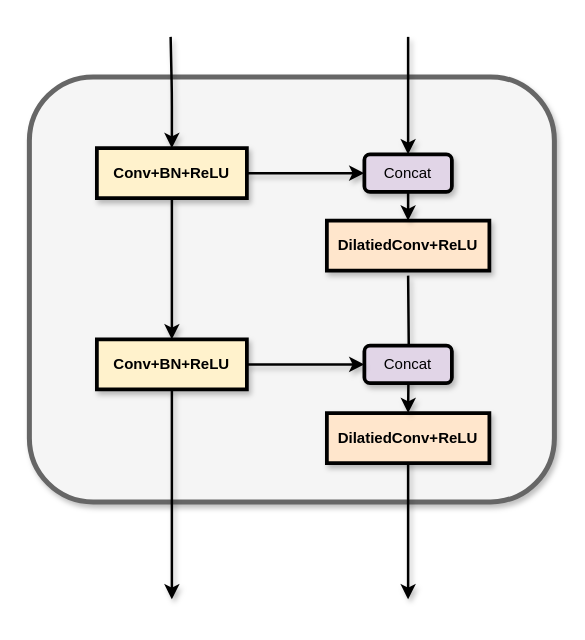
The draw.io diagram Asymmetric_Cross_Path/b_semmetric.drawio in KopiSoftware/draw_cc_cloud, before the edit. Source tidied: cells renumbered, new cells numbered last; positions are measured from the earlier drawing's top-left corner, leaving out a move shared by most shapes. Both pictures are drawn from the tidied source at 125%, with x=0, y=0 at pixel (29, 36).
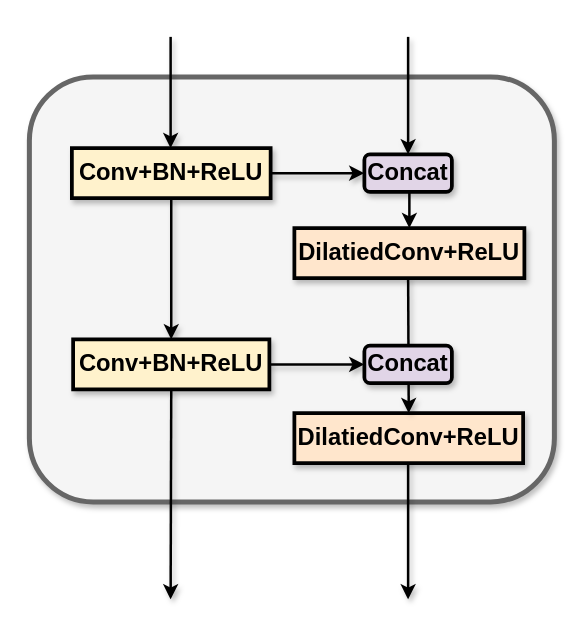
Above is the later version.

Change to the diagram source:
```diff
@@
-    <mxCell id="2" style="rounded=1;whiteSpace=wrap;html=1;fillColor=#f5f5f5;strokeColor=#666666;strokeWidth=4;fontColor=#333333;shadow=1;" parent="1" vertex="1">
+    <mxCell id="2" style="rounded=1;whiteSpace=wrap;html=1;fillColor=#f5f5f5;strokeColor=#666666;strokeWidth=4;fontColor=#333333;shadow=1;fontSize=19;" parent="1" vertex="1">
       <mxGeometry y="32" width="420" height="340" as="geometry" />
     </mxCell>
-    <mxCell id="3" style="edgeStyle=orthogonalEdgeStyle;rounded=1;jettySize=auto;html=1;strokeWidth=2;shadow=1;endArrow=none;endFill=0;startArrow=classic;startFill=1;" parent="1" edge="1" source="6">
+    <mxCell id="3" style="edgeStyle=orthogonalEdgeStyle;rounded=1;jettySize=auto;html=1;strokeWidth=2;shadow=1;endArrow=none;endFill=0;startArrow=classic;startFill=1;fontSize=19;" parent="1" edge="1" source="6">
       <mxGeometry relative="1" as="geometry">
         <mxPoint x="113" as="targetPoint" />
       </mxGeometry>
     </mxCell>
-    <mxCell id="4" style="edgeStyle=orthogonalEdgeStyle;rounded=0;jettySize=auto;html=1;entryX=0;entryY=0.5;entryDx=0;entryDy=0;strokeWidth=2;shadow=1;" parent="1" edge="1" source="6" target="15">
+    <mxCell id="4" style="edgeStyle=orthogonalEdgeStyle;rounded=0;jettySize=auto;html=1;entryX=0;entryY=0.5;entryDx=0;entryDy=0;strokeWidth=2;shadow=1;fontSize=19;" parent="1" edge="1" source="6" target="15">
       <mxGeometry relative="1" as="geometry" />
     </mxCell>
-    <mxCell id="5" style="edgeStyle=orthogonalEdgeStyle;rounded=0;jettySize=auto;html=1;exitX=0.5;exitY=1;exitDx=0;exitDy=0;entryX=0.5;entryY=0;entryDx=0;entryDy=0;strokeWidth=2;shadow=1;" parent="1" edge="1" source="6" target="18">
+    <mxCell id="5" style="edgeStyle=orthogonalEdgeStyle;rounded=0;jettySize=auto;html=1;exitX=0.5;exitY=1;exitDx=0;exitDy=0;entryX=0.5;entryY=0;entryDx=0;entryDy=0;strokeWidth=2;shadow=1;fontSize=19;" parent="1" edge="1" source="6" target="18">
       <mxGeometry relative="1" as="geometry" />
     </mxCell>
-    <mxCell id="6" value="&lt;b&gt;Conv+BN+ReLU&lt;/b&gt;" style="rounded=0;whiteSpace=wrap;html=1;fillColor=#fff2cc;strokeColor=#000000;strokeWidth=3;shadow=1;" parent="1" vertex="1">
-      <mxGeometry x="54" y="89" width="120" height="40" as="geometry" />
+    <mxCell id="6" value="&lt;b style=&quot;font-size: 19px;&quot;&gt;Conv+BN+ReLU&lt;/b&gt;" style="rounded=0;whiteSpace=wrap;html=1;fillColor=#fff2cc;strokeColor=#000000;strokeWidth=3;shadow=1;fontSize=19;" parent="1" vertex="1">
+      <mxGeometry x="34" y="89" width="159" height="40" as="geometry" />
     </mxCell>
-    <mxCell id="7" style="edgeStyle=orthogonalEdgeStyle;rounded=0;orthogonalLoop=1;jettySize=auto;html=1;exitX=0.5;exitY=1;exitDx=0;exitDy=0;strokeWidth=2;shadow=1;" parent="1" edge="1">
+    <mxCell id="7" style="edgeStyle=orthogonalEdgeStyle;rounded=0;orthogonalLoop=1;jettySize=auto;html=1;exitX=0.5;exitY=1;exitDx=0;exitDy=0;strokeWidth=2;shadow=1;fontSize=19;" parent="1" edge="1">
       <mxGeometry relative="1" as="geometry">
         <mxPoint x="303" y="323" as="sourcePoint" />
         <mxPoint x="303" y="450" as="targetPoint" />
       </mxGeometry>
     </mxCell>
-    <mxCell id="8" value="&lt;b style=&quot;border-color: var(--border-color);&quot;&gt;DilatiedConv+ReLU&lt;/b&gt;" style="rounded=0;whiteSpace=wrap;html=1;fillColor=#ffe6cc;strokeColor=#000000;strokeWidth=3;shadow=1;" parent="1" vertex="1">
-      <mxGeometry x="238" y="301" width="130" height="40" as="geometry" />
+    <mxCell id="8" value="&lt;b style=&quot;border-color: var(--border-color); font-size: 19px;&quot;&gt;DilatiedConv+ReLU&lt;/b&gt;" style="rounded=0;whiteSpace=wrap;html=1;fillColor=#ffe6cc;strokeColor=#000000;strokeWidth=3;shadow=1;fontSize=19;" parent="1" vertex="1">
+      <mxGeometry x="212" y="301" width="183" height="40" as="geometry" />
     </mxCell>
-    <mxCell id="9" style="edgeStyle=orthogonalEdgeStyle;rounded=0;jettySize=auto;html=1;entryX=0.5;entryY=0;entryDx=0;entryDy=0;strokeWidth=2;shadow=1;" parent="1" edge="1" target="8">
+    <mxCell id="9" style="edgeStyle=orthogonalEdgeStyle;rounded=0;jettySize=auto;html=1;entryX=0.5;entryY=0;entryDx=0;entryDy=0;strokeWidth=2;shadow=1;fontSize=19;" parent="1" edge="1" target="8">
       <mxGeometry relative="1" as="geometry">
         <mxPoint x="303" y="191" as="sourcePoint" />
       </mxGeometry>
     </mxCell>
-    <mxCell id="10" style="edgeStyle=orthogonalEdgeStyle;rounded=0;jettySize=auto;html=1;exitX=0.5;exitY=0;exitDx=0;exitDy=0;shadow=1;" parent="1" edge="1" source="11">
-      <mxGeometry relative="1" as="geometry">
-        <mxPoint x="303" y="147" as="targetPoint" />
-      </mxGeometry>
-    </mxCell>
-    <mxCell id="11" value="&lt;b style=&quot;border-color: var(--border-color);&quot;&gt;DilatiedConv+ReLU&lt;/b&gt;" style="rounded=0;whiteSpace=wrap;html=1;fillColor=#ffe6cc;strokeColor=#000000;strokeWidth=3;shadow=1;" parent="1" vertex="1">
-      <mxGeometry x="238" y="147" width="130" height="40" as="geometry" />
+    <mxCell id="11" value="&lt;b style=&quot;border-color: var(--border-color); font-size: 19px;&quot;&gt;DilatiedConv+ReLU&lt;/b&gt;" style="rounded=0;whiteSpace=wrap;html=1;fillColor=#ffe6cc;strokeColor=#000000;strokeWidth=3;shadow=1;fontSize=19;" parent="1" vertex="1">
+      <mxGeometry x="212" y="153" width="184" height="40" as="geometry" />
     </mxCell>
-    <mxCell id="12" value="Concat" style="rounded=1;whiteSpace=wrap;html=1;strokeWidth=3;shadow=1;fillColor=#e1d5e7;strokeColor=#000000;" parent="1" vertex="1">
+    <mxCell id="12" value="Concat" style="rounded=1;whiteSpace=wrap;html=1;strokeWidth=3;shadow=1;fillColor=#e1d5e7;strokeColor=#000000;fontSize=19;fontStyle=1;" parent="1" vertex="1">
       <mxGeometry x="268" y="247" width="70" height="30" as="geometry" />
     </mxCell>
+    <mxCell id="14" style="edgeStyle=orthogonalEdgeStyle;rounded=0;jettySize=auto;html=1;endArrow=none;endFill=0;startArrow=classic;startFill=1;strokeWidth=2;shadow=1;fontSize=19;" parent="1" edge="1" source="15">
+      <mxGeometry relative="1" as="geometry">
+        <mxPoint x="303" as="targetPoint" />
+      </mxGeometry>
+    </mxCell>
-    <mxCell id="13" style="edgeStyle=orthogonalEdgeStyle;rounded=0;jettySize=auto;html=1;entryX=0.5;entryY=0;entryDx=0;entryDy=0;strokeWidth=2;shadow=1;" parent="1" edge="1" source="15" target="11">
+    <mxCell id="13" style="edgeStyle=orthogonalEdgeStyle;rounded=0;jettySize=auto;html=1;exitX=0.5;exitY=1;exitDx=0;exitDy=0;entryX=0.5;entryY=0;entryDx=0;entryDy=0;strokeWidth=2;fontSize=19;" parent="1" edge="1" source="15" target="11">
       <mxGeometry relative="1" as="geometry" />
     </mxCell>
-    <mxCell id="14" style="edgeStyle=orthogonalEdgeStyle;rounded=0;jettySize=auto;html=1;endArrow=none;endFill=0;startArrow=classic;startFill=1;strokeWidth=2;shadow=1;" parent="1" edge="1" source="15">
-      <mxGeometry relative="1" as="geometry">
-        <mxPoint x="303" as="targetPoint" />
-      </mxGeometry>
-    </mxCell>
-    <mxCell id="15" value="Concat" style="rounded=1;whiteSpace=wrap;html=1;strokeWidth=3;shadow=1;fillColor=#e1d5e7;strokeColor=#000000;" parent="1" vertex="1">
+    <mxCell id="15" value="Concat" style="rounded=1;whiteSpace=wrap;html=1;strokeWidth=3;shadow=1;fillColor=#e1d5e7;strokeColor=#000000;fontSize=19;fontStyle=1;" parent="1" vertex="1">
       <mxGeometry x="268" y="94" width="70" height="30" as="geometry" />
     </mxCell>
-    <mxCell id="16" style="edgeStyle=orthogonalEdgeStyle;rounded=0;jettySize=auto;html=1;exitX=0.5;exitY=1;exitDx=0;exitDy=0;strokeWidth=2;shadow=1;" parent="1" edge="1" source="18">
+    <mxCell id="16" style="edgeStyle=orthogonalEdgeStyle;rounded=0;jettySize=auto;html=1;exitX=0.5;exitY=1;exitDx=0;exitDy=0;strokeWidth=2;shadow=1;fontSize=19;" parent="1" edge="1" source="18">
       <mxGeometry relative="1" as="geometry">
-        <mxPoint x="114" y="450" as="targetPoint" />
+        <mxPoint x="113" y="450" as="targetPoint" />
       </mxGeometry>
     </mxCell>
-    <mxCell id="17" style="edgeStyle=orthogonalEdgeStyle;rounded=0;jettySize=auto;html=1;exitX=1;exitY=0.5;exitDx=0;exitDy=0;entryX=0;entryY=0.5;entryDx=0;entryDy=0;strokeWidth=2;shadow=1;" parent="1" edge="1" source="18" target="12">
+    <mxCell id="17" style="edgeStyle=orthogonalEdgeStyle;rounded=0;jettySize=auto;html=1;exitX=1;exitY=0.5;exitDx=0;exitDy=0;entryX=0;entryY=0.5;entryDx=0;entryDy=0;strokeWidth=2;shadow=1;fontSize=19;" parent="1" edge="1" source="18" target="12">
       <mxGeometry relative="1" as="geometry" />
     </mxCell>
-    <mxCell id="18" value="&lt;b&gt;Conv+BN+ReLU&lt;/b&gt;" style="rounded=0;whiteSpace=wrap;html=1;fillColor=#fff2cc;strokeColor=#000000;strokeWidth=3;shadow=1;" parent="1" vertex="1">
-      <mxGeometry x="54" y="242" width="120" height="40" as="geometry" />
+    <mxCell id="18" value="&lt;b style=&quot;font-size: 19px;&quot;&gt;Conv+BN+ReLU&lt;/b&gt;" style="rounded=0;whiteSpace=wrap;html=1;fillColor=#fff2cc;strokeColor=#000000;strokeWidth=3;shadow=1;fontSize=19;" parent="1" vertex="1">
+      <mxGeometry x="35" y="242" width="157" height="40" as="geometry" />
     </mxCell>
```
